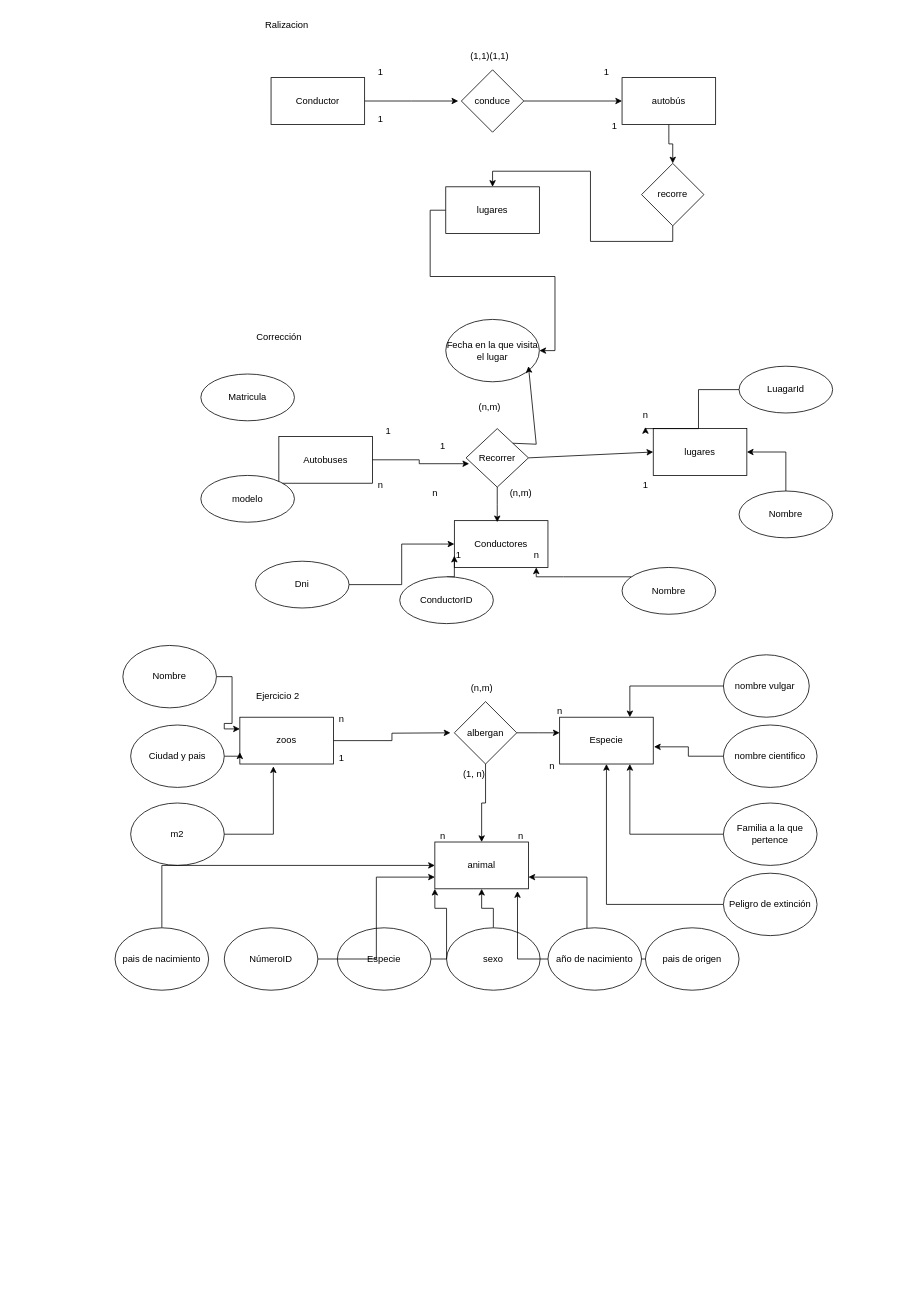
Before: DiagramaEntidadesRelacion.drawio in cohet3/Diagramas, a draw.io diagram. Source tidied: cells renumbered, new cells numbered last; positions are measured from the earlier drawing's top-left corner, leaving out a move shared by most shapes. Both pictures are drawn from the tidied source at 78%, with x=0, y=0 at pixel (115, 13).
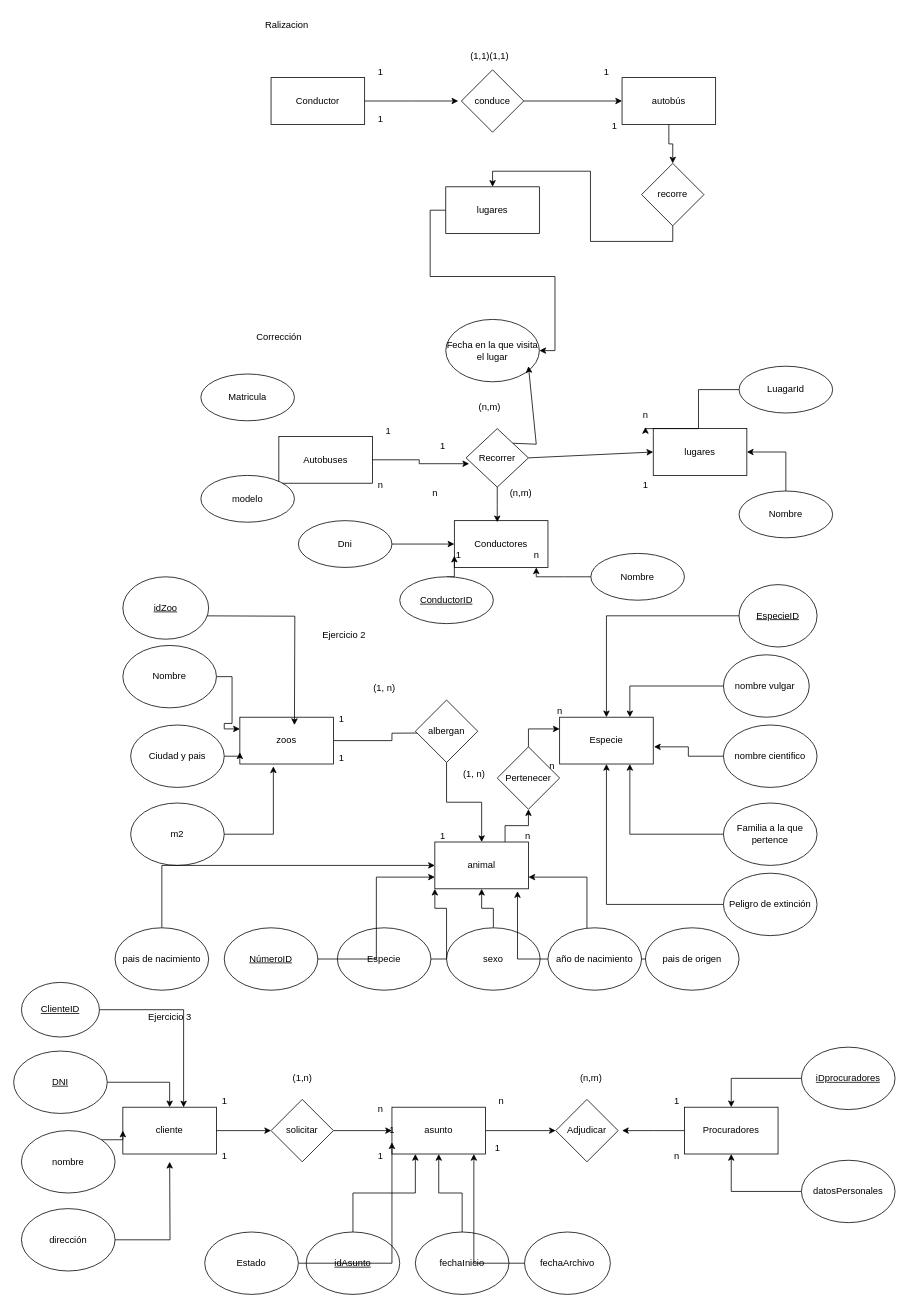
Above is the later version.

The change refers to these unchanged cells:
```xml
<mxCell id="56" value="Especie" style="rounded=0;whiteSpace=wrap;html=1;" parent="1" vertex="1">
  <mxGeometry x="570" y="902" width="120" height="60" as="geometry" />
</mxCell>
<mxCell id="70" value="animal" style="rounded=0;whiteSpace=wrap;html=1;" parent="1" vertex="1">
  <mxGeometry x="410" y="1062" width="120" height="60" as="geometry" />
</mxCell>
```

The edit, as a diff of the source:
```diff
@@
-    <mxCell id="39" value="ConductorID" style="ellipse;whiteSpace=wrap;html=1;" parent="1" vertex="1">
+    <mxCell id="39" value="&lt;u&gt;ConductorID&lt;/u&gt;" style="ellipse;whiteSpace=wrap;html=1;" parent="1" vertex="1">
       <mxGeometry x="365" y="722" width="120" height="60" as="geometry" />
     </mxCell>
@@
     <mxCell id="41" value="Nombre" style="ellipse;whiteSpace=wrap;html=1;" parent="1" vertex="1">
-      <mxGeometry x="650" y="710" width="120" height="60" as="geometry" />
+      <mxGeometry x="610" y="692" width="120" height="60" as="geometry" />
     </mxCell>
@@
     <mxCell id="43" value="Dni" style="ellipse;whiteSpace=wrap;html=1;" parent="1" vertex="1">
-      <mxGeometry x="180" y="702" width="120" height="60" as="geometry" />
+      <mxGeometry x="235" y="650" width="120" height="60" as="geometry" />
     </mxCell>
@@
     <mxCell id="50" value="Ejercicio 2&amp;nbsp;" style="text;html=1;align=center;verticalAlign=middle;strokeColor=none;fillColor=none;" parent="1" vertex="1">
-      <mxGeometry x="170" y="860" width="80" height="30" as="geometry" />
+      <mxGeometry x="255" y="782" width="80" height="30" as="geometry" />
     </mxCell>
@@
-    <mxCell id="53" style="edgeStyle=orthogonalEdgeStyle;rounded=0;jettySize=auto;html=1;exitX=1;exitY=0.5;exitDx=0;exitDy=0;" parent="1" edge="1" source="55">
-      <mxGeometry relative="1" as="geometry">
-        <mxPoint x="570" y="922" as="targetPoint" />
-      </mxGeometry>
-    </mxCell>
@@
     <mxCell id="55" value="albergan" style="rhombus;whiteSpace=wrap;html=1;" parent="1" vertex="1">
-      <mxGeometry x="435" y="882" width="80" height="80" as="geometry" />
+      <mxGeometry x="385" y="880" width="80" height="80" as="geometry" />
     </mxCell>
@@
+    <mxCell id="92" style="edgeStyle=orthogonalEdgeStyle;rounded=0;jettySize=auto;html=1;exitX=0.75;exitY=0;exitDx=0;exitDy=0;" parent="1" edge="1" source="70" target="96">
+      <mxGeometry relative="1" as="geometry" />
+    </mxCell>
@@
-    <mxCell id="81" value="NúmeroID" style="ellipse;whiteSpace=wrap;html=1;" parent="1" vertex="1">
+    <mxCell id="81" value="&lt;u&gt;NúmeroID&lt;/u&gt;" style="ellipse;whiteSpace=wrap;html=1;" parent="1" vertex="1">
       <mxGeometry x="140" y="1172" width="120" height="80" as="geometry" />
     </mxCell>
@@
-    <mxCell id="84" value="n" style="text;html=1;align=center;verticalAlign=middle;strokeColor=none;fillColor=none;" parent="1" vertex="1">
+    <mxCell id="84" value="1" style="text;html=1;align=center;verticalAlign=middle;strokeColor=none;fillColor=none;" parent="1" vertex="1">
       <mxGeometry x="275" y="890" width="30" height="30" as="geometry" />
     </mxCell>
@@
     <mxCell id="88" value="n" style="text;html=1;align=center;verticalAlign=middle;strokeColor=none;fillColor=none;" parent="1" vertex="1">
-      <mxGeometry x="505" y="1040" width="30" height="30" as="geometry" />
+      <mxGeometry x="514" y="1040" width="30" height="30" as="geometry" />
     </mxCell>
-    <mxCell id="89" value="n" style="text;html=1;align=center;verticalAlign=middle;strokeColor=none;fillColor=none;" parent="1" vertex="1">
+    <mxCell id="89" value="1" style="text;html=1;align=center;verticalAlign=middle;strokeColor=none;fillColor=none;" parent="1" vertex="1">
       <mxGeometry x="405" y="1040" width="30" height="30" as="geometry" />
     </mxCell>
-    <mxCell id="90" value="(n,m)" style="text;html=1;align=center;verticalAlign=middle;strokeColor=none;fillColor=none;" parent="1" vertex="1">
-      <mxGeometry x="445" y="850" width="50" height="30" as="geometry" />
+    <mxCell id="90" value="(1, n)" style="text;html=1;align=center;verticalAlign=middle;strokeColor=none;fillColor=none;" parent="1" vertex="1">
+      <mxGeometry x="320" y="850" width="50" height="30" as="geometry" />
     </mxCell>
@@
+    <mxCell id="93" style="edgeStyle=orthogonalEdgeStyle;rounded=0;orthogonalLoop=1;jettySize=auto;html=1;entryX=0.75;entryY=0;entryDx=0;entryDy=0;" parent="1" edge="1">
+      <mxGeometry relative="1" as="geometry">
+        <mxPoint x="100" y="772" as="sourcePoint" />
+        <mxPoint x="230" y="912" as="targetPoint" />
+      </mxGeometry>
+    </mxCell>
+    <mxCell id="94" value="&lt;u&gt;idZoo&lt;/u&gt;" style="ellipse;whiteSpace=wrap;html=1;" parent="1" vertex="1">
+      <mxGeometry x="10" y="722" width="110" height="80" as="geometry" />
+    </mxCell>
+    <mxCell id="95" style="edgeStyle=orthogonalEdgeStyle;rounded=0;jettySize=auto;html=1;exitX=0.5;exitY=0;exitDx=0;exitDy=0;entryX=0;entryY=0.25;entryDx=0;entryDy=0;" parent="1" edge="1" source="96" target="56">
+      <mxGeometry relative="1" as="geometry" />
+    </mxCell>
+    <mxCell id="96" value="Pertenecer&lt;br&gt;" style="rhombus;whiteSpace=wrap;html=1;" parent="1" vertex="1">
+      <mxGeometry x="490" y="940" width="80" height="80" as="geometry" />
+    </mxCell>
+    <mxCell id="97" style="edgeStyle=orthogonalEdgeStyle;rounded=0;jettySize=auto;html=1;entryX=0.5;entryY=0;entryDx=0;entryDy=0;" parent="1" edge="1" source="98" target="56">
+      <mxGeometry relative="1" as="geometry" />
+    </mxCell>
+    <mxCell id="98" value="&lt;u&gt;EspecieID&lt;/u&gt;" style="ellipse;whiteSpace=wrap;html=1;" parent="1" vertex="1">
+      <mxGeometry x="800" y="732" width="100" height="80" as="geometry" />
+    </mxCell>
+    <mxCell id="99" value="Ejercicio 3" style="text;html=1;align=center;verticalAlign=middle;strokeColor=none;fillColor=none;" parent="1" vertex="1">
+      <mxGeometry x="30" y="1272" width="80" height="30" as="geometry" />
+    </mxCell>
+    <mxCell id="100" style="edgeStyle=orthogonalEdgeStyle;rounded=0;jettySize=auto;html=1;" parent="1" edge="1" source="101" target="107">
+      <mxGeometry relative="1" as="geometry" />
+    </mxCell>
+    <mxCell id="101" value="asunto" style="rounded=0;whiteSpace=wrap;html=1;" parent="1" vertex="1">
+      <mxGeometry x="355" y="1402" width="120" height="60" as="geometry" />
+    </mxCell>
+    <mxCell id="102" value="cliente" style="rounded=0;whiteSpace=wrap;html=1;" parent="1" vertex="1">
+      <mxGeometry x="10" y="1402" width="120" height="60" as="geometry" />
+    </mxCell>
+    <mxCell id="103" style="edgeStyle=orthogonalEdgeStyle;rounded=0;jettySize=auto;html=1;" parent="1" edge="1" source="104">
+      <mxGeometry relative="1" as="geometry">
+        <mxPoint x="650" y="1432" as="targetPoint" />
+      </mxGeometry>
+    </mxCell>
+    <mxCell id="104" value="Procuradores" style="rounded=0;whiteSpace=wrap;html=1;" parent="1" vertex="1">
+      <mxGeometry x="730" y="1402" width="120" height="60" as="geometry" />
+    </mxCell>
+    <mxCell id="105" style="edgeStyle=orthogonalEdgeStyle;rounded=0;jettySize=auto;html=1;" parent="1" edge="1" source="106" target="101">
+      <mxGeometry relative="1" as="geometry" />
+    </mxCell>
+    <mxCell id="106" value="solicitar" style="rhombus;whiteSpace=wrap;html=1;" parent="1" vertex="1">
+      <mxGeometry x="200" y="1392" width="80" height="80" as="geometry" />
+    </mxCell>
+    <mxCell id="107" value="Adjudicar" style="rhombus;whiteSpace=wrap;html=1;" parent="1" vertex="1">
+      <mxGeometry x="565" y="1392" width="80" height="80" as="geometry" />
+    </mxCell>
+    <mxCell id="108" style="endArrow=classic;html=1;rounded=0;exitX=1;exitY=0.5;exitDx=0;exitDy=0;entryX=0;entryY=0.5;entryDx=0;entryDy=0;" parent="1" edge="1" source="102" target="106">
+      <mxGeometry relative="1" as="geometry" />
+    </mxCell>
+    <mxCell id="109" value="1" style="text;html=1;align=center;verticalAlign=middle;strokeColor=none;fillColor=none;" parent="1" vertex="1">
+      <mxGeometry x="125" y="1380" width="30" height="30" as="geometry" />
+    </mxCell>
+    <mxCell id="110" value="n" style="text;html=1;align=center;verticalAlign=middle;strokeColor=none;fillColor=none;" parent="1" vertex="1">
+      <mxGeometry x="325" y="1390" width="30" height="30" as="geometry" />
+    </mxCell>
+    <mxCell id="111" value="1" style="text;html=1;align=center;verticalAlign=middle;strokeColor=none;fillColor=none;" parent="1" vertex="1">
+      <mxGeometry x="325" y="1450" width="30" height="30" as="geometry" />
+    </mxCell>
+    <mxCell id="112" value="1" style="text;html=1;align=center;verticalAlign=middle;points=[];strokeColor=none;fillColor=none;" parent="1" vertex="1">
+      <mxGeometry x="340" y="1417" width="30" height="30" as="geometry" />
+    </mxCell>
+    <mxCell id="113" value="n" style="text;html=1;align=center;verticalAlign=middle;strokeColor=none;fillColor=none;" parent="1" vertex="1">
+      <mxGeometry x="480" y="1380" width="30" height="30" as="geometry" />
+    </mxCell>
+    <mxCell id="114" value="1" style="text;html=1;align=center;verticalAlign=middle;strokeColor=none;fillColor=none;" parent="1" vertex="1">
+      <mxGeometry x="705" y="1380" width="30" height="30" as="geometry" />
+    </mxCell>
+    <mxCell id="115" value="n" style="text;html=1;align=center;verticalAlign=middle;strokeColor=none;fillColor=none;" parent="1" vertex="1">
+      <mxGeometry x="705" y="1450" width="30" height="30" as="geometry" />
+    </mxCell>
+    <mxCell id="116" value="1" style="text;html=1;align=center;verticalAlign=middle;strokeColor=none;fillColor=none;" parent="1" vertex="1">
+      <mxGeometry x="475" y="1440" width="30" height="30" as="geometry" />
+    </mxCell>
+    <mxCell id="117" value="(1,n)" style="text;html=1;align=center;verticalAlign=middle;strokeColor=none;fillColor=none;" parent="1" vertex="1">
+      <mxGeometry x="215" y="1350" width="50" height="30" as="geometry" />
+    </mxCell>
+    <mxCell id="118" value="(n,m)" style="text;html=1;align=center;verticalAlign=middle;strokeColor=none;fillColor=none;" parent="1" vertex="1">
+      <mxGeometry x="585" y="1350" width="50" height="30" as="geometry" />
+    </mxCell>
+    <mxCell id="119" style="edgeStyle=orthogonalEdgeStyle;rounded=0;jettySize=auto;html=1;entryX=0.25;entryY=1;entryDx=0;entryDy=0;" parent="1" edge="1" source="120" target="101">
+      <mxGeometry relative="1" as="geometry" />
+    </mxCell>
+    <mxCell id="120" value="&lt;u&gt;idAsunto&lt;/u&gt;" style="ellipse;whiteSpace=wrap;html=1;" parent="1" vertex="1">
+      <mxGeometry x="245" y="1562" width="120" height="80" as="geometry" />
+    </mxCell>
+    <mxCell id="121" style="edgeStyle=orthogonalEdgeStyle;rounded=0;jettySize=auto;html=1;entryX=0.5;entryY=1;entryDx=0;entryDy=0;" parent="1" edge="1" source="122" target="101">
+      <mxGeometry relative="1" as="geometry" />
+    </mxCell>
+    <mxCell id="122" value="fechaInicio" style="ellipse;whiteSpace=wrap;html=1;" parent="1" vertex="1">
+      <mxGeometry x="385" y="1562" width="120" height="80" as="geometry" />
+    </mxCell>
+    <mxCell id="123" value="fechaArchivo" style="ellipse;whiteSpace=wrap;html=1;" parent="1" vertex="1">
+      <mxGeometry x="525" y="1562" width="110" height="80" as="geometry" />
+    </mxCell>
+    <mxCell id="124" style="edgeStyle=orthogonalEdgeStyle;rounded=0;jettySize=auto;html=1;" parent="1" edge="1" source="125" target="112">
+      <mxGeometry relative="1" as="geometry" />
+    </mxCell>
+    <mxCell id="125" value="Estado" style="ellipse;whiteSpace=wrap;html=1;" parent="1" vertex="1">
+      <mxGeometry x="115" y="1562" width="120" height="80" as="geometry" />
+    </mxCell>
+    <mxCell id="126" style="edgeStyle=orthogonalEdgeStyle;rounded=0;jettySize=auto;html=1;entryX=0.875;entryY=1;entryDx=0;entryDy=0;entryPerimeter=0;" parent="1" edge="1" source="123" target="101">
+      <mxGeometry relative="1" as="geometry" />
+    </mxCell>
+    <mxCell id="127" style="edgeStyle=orthogonalEdgeStyle;rounded=0;jettySize=auto;html=1;exitX=1;exitY=0.5;exitDx=0;exitDy=0;entryX=0.5;entryY=0;entryDx=0;entryDy=0;" parent="1" edge="1" source="128" target="102">
+      <mxGeometry relative="1" as="geometry" />
+    </mxCell>
+    <mxCell id="128" value="&lt;u&gt;DNI&lt;/u&gt;" style="ellipse;whiteSpace=wrap;html=1;" parent="1" vertex="1">
+      <mxGeometry x="-130" y="1330" width="120" height="80" as="geometry" />
+    </mxCell>
+    <mxCell id="129" style="edgeStyle=orthogonalEdgeStyle;rounded=0;jettySize=auto;html=1;exitX=1;exitY=0;exitDx=0;exitDy=0;entryX=0;entryY=0.5;entryDx=0;entryDy=0;" parent="1" edge="1" source="130" target="102">
+      <mxGeometry relative="1" as="geometry" />
+    </mxCell>
+    <mxCell id="130" value="nombre" style="ellipse;whiteSpace=wrap;html=1;" parent="1" vertex="1">
+      <mxGeometry x="-120" y="1432" width="120" height="80" as="geometry" />
+    </mxCell>
+    <mxCell id="131" style="edgeStyle=orthogonalEdgeStyle;rounded=0;jettySize=auto;html=1;" parent="1" edge="1" source="132">
+      <mxGeometry relative="1" as="geometry">
+        <mxPoint x="70" y="1472" as="targetPoint" />
+      </mxGeometry>
+    </mxCell>
+    <mxCell id="132" value="dirección" style="ellipse;whiteSpace=wrap;html=1;" parent="1" vertex="1">
+      <mxGeometry x="-120" y="1532" width="120" height="80" as="geometry" />
+    </mxCell>
+    <mxCell id="133" value="1" style="text;html=1;align=center;verticalAlign=middle;strokeColor=none;fillColor=none;" parent="1" vertex="1">
+      <mxGeometry x="125" y="1450" width="30" height="30" as="geometry" />
+    </mxCell>
+    <mxCell id="134" style="edgeStyle=orthogonalEdgeStyle;rounded=0;jettySize=auto;html=1;entryX=0.5;entryY=0;entryDx=0;entryDy=0;" parent="1" edge="1" source="135" target="104">
+      <mxGeometry relative="1" as="geometry" />
+    </mxCell>
+    <mxCell id="135" value="&lt;u&gt;iDprocuradores&lt;/u&gt;" style="ellipse;whiteSpace=wrap;html=1;" parent="1" vertex="1">
+      <mxGeometry x="880" y="1325" width="120" height="80" as="geometry" />
+    </mxCell>
+    <mxCell id="136" style="edgeStyle=orthogonalEdgeStyle;rounded=0;jettySize=auto;html=1;entryX=0.5;entryY=1;entryDx=0;entryDy=0;" parent="1" edge="1" source="137" target="104">
+      <mxGeometry relative="1" as="geometry" />
+    </mxCell>
+    <mxCell id="137" value="datosPersonales" style="ellipse;whiteSpace=wrap;html=1;" parent="1" vertex="1">
+      <mxGeometry x="880" y="1470" width="120" height="80" as="geometry" />
+    </mxCell>
+    <mxCell id="138" value="&lt;u&gt;ClienteID&lt;/u&gt;" style="ellipse;whiteSpace=wrap;html=1;" parent="1" vertex="1">
+      <mxGeometry x="-120" y="1242" width="100" height="70" as="geometry" />
+    </mxCell>
+    <mxCell id="139" style="edgeStyle=orthogonalEdgeStyle;rounded=0;jettySize=auto;html=1;entryX=0.649;entryY=0.003;entryDx=0;entryDy=0;entryPerimeter=0;" parent="1" edge="1" source="138" target="102">
+      <mxGeometry relative="1" as="geometry" />
+    </mxCell>
```
